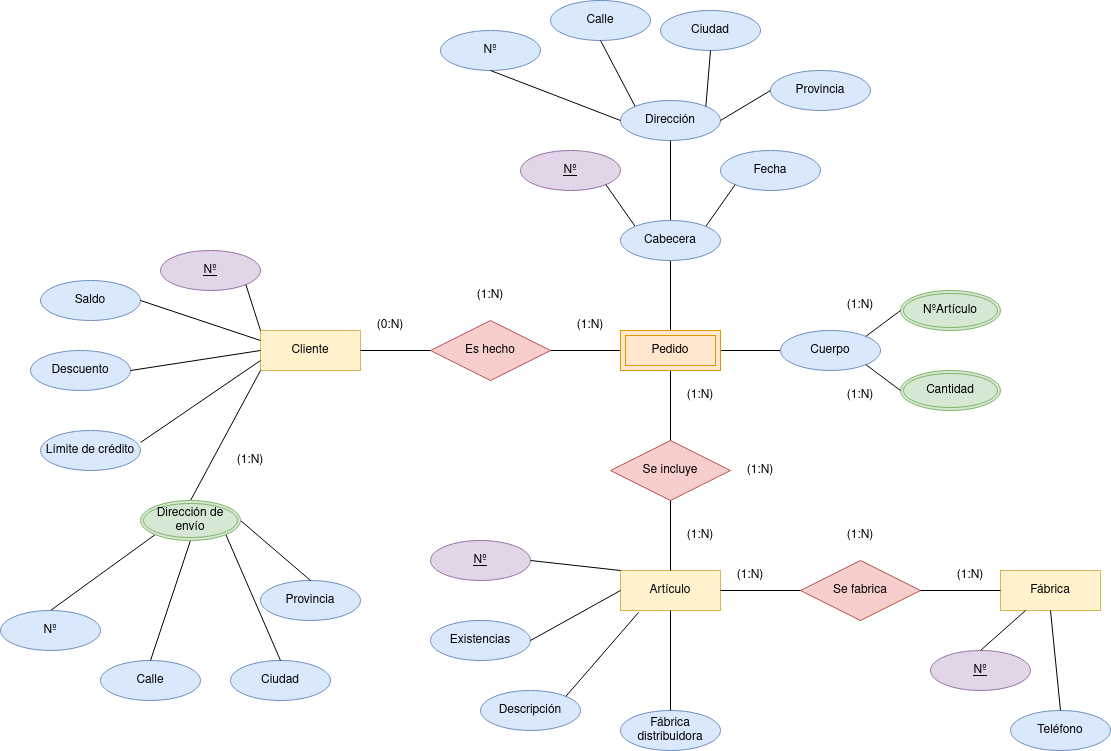
The draw.io diagram IMG/Sistema de artículos - Encargo.drawio.png in samugd17/base-datos-bae-, before a commit. Source tidied: cells renumbered, new cells last; positions are measured from the earlier drawing's top-left corner, leaving out a move shared by most shapes.
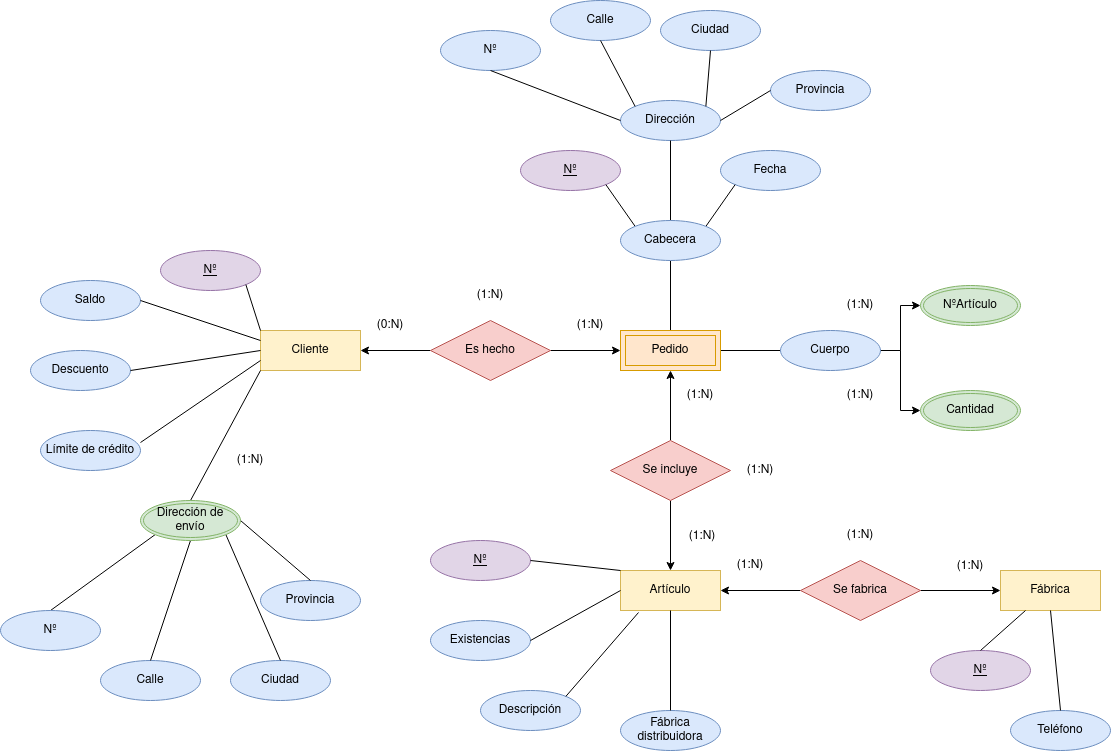
The same file after the commit.

Diff of the diagram source:
```diff
@@ -11,12 +11,30 @@
     <mxCell id="4" value="Fábrica" style="whiteSpace=wrap;html=1;align=center;fillColor=#fff2cc;strokeColor=#d6b656;" parent="1" vertex="1">
       <mxGeometry x="1000" y="570" width="100" height="40" as="geometry" />
     </mxCell>
+    <mxCell id="12" style="edgeStyle=orthogonalEdgeStyle;rounded=0;jettySize=auto;html=1;entryX=0;entryY=0.5;entryDx=0;entryDy=0;" parent="1" edge="1" source="5" target="78">
+      <mxGeometry relative="1" as="geometry" />
+    </mxCell>
+    <mxCell id="79" style="edgeStyle=orthogonalEdgeStyle;rounded=0;jettySize=auto;html=1;entryX=1;entryY=0.5;entryDx=0;entryDy=0;" parent="1" edge="1" source="5" target="2">
+      <mxGeometry relative="1" as="geometry" />
+    </mxCell>
     <mxCell id="5" value="Es hecho" style="shape=rhombus;perimeter=rhombusPerimeter;whiteSpace=wrap;html=1;align=center;fillColor=#f8cecc;strokeColor=#b85450;" parent="1" vertex="1">
       <mxGeometry x="430" y="320" width="120" height="60" as="geometry" />
     </mxCell>
+    <mxCell id="80" style="edgeStyle=orthogonalEdgeStyle;rounded=0;jettySize=auto;html=1;entryX=0.5;entryY=1;entryDx=0;entryDy=0;" parent="1" edge="1" source="6" target="78">
+      <mxGeometry relative="1" as="geometry" />
+    </mxCell>
+    <mxCell id="15" style="edgeStyle=orthogonalEdgeStyle;rounded=0;jettySize=auto;html=1;entryX=0.5;entryY=0;entryDx=0;entryDy=0;" parent="1" edge="1" source="6" target="3">
+      <mxGeometry relative="1" as="geometry" />
+    </mxCell>
     <mxCell id="6" value="Se incluye" style="shape=rhombus;perimeter=rhombusPerimeter;whiteSpace=wrap;html=1;align=center;fillColor=#f8cecc;strokeColor=#b85450;" parent="1" vertex="1">
       <mxGeometry x="610" y="440" width="120" height="60" as="geometry" />
     </mxCell>
+    <mxCell id="18" style="edgeStyle=orthogonalEdgeStyle;rounded=0;jettySize=auto;html=1;entryX=0;entryY=0.5;entryDx=0;entryDy=0;" parent="1" edge="1" source="7" target="4">
+      <mxGeometry relative="1" as="geometry" />
+    </mxCell>
+    <mxCell id="81" style="edgeStyle=orthogonalEdgeStyle;rounded=0;jettySize=auto;html=1;entryX=1;entryY=0.5;entryDx=0;entryDy=0;" parent="1" edge="1" source="7" target="3">
+      <mxGeometry relative="1" as="geometry" />
+    </mxCell>
     <mxCell id="7" value="Se fabrica" style="shape=rhombus;perimeter=rhombusPerimeter;whiteSpace=wrap;html=1;align=center;fillColor=#f8cecc;strokeColor=#b85450;" parent="1" vertex="1">
       <mxGeometry x="800" y="560" width="120" height="60" as="geometry" />
     </mxCell>
@@ -26,35 +44,17 @@
     <mxCell id="9" value="Saldo" style="ellipse;whiteSpace=wrap;html=1;align=center;fillColor=#dae8fc;strokeColor=#6c8ebf;" parent="1" vertex="1">
       <mxGeometry x="40" y="280" width="100" height="40" as="geometry" />
     </mxCell>
-    <mxCell id="10" style="endArrow=none;html=1;rounded=0;exitX=1;exitY=0.5;exitDx=0;exitDy=0;entryX=0;entryY=0.5;entryDx=0;entryDy=0;" parent="1" edge="1" source="2" target="5">
-      <mxGeometry relative="1" as="geometry" />
-    </mxCell>
     <mxCell id="11" value="(1:N)" style="text;html=1;strokeColor=none;fillColor=none;align=center;verticalAlign=middle;whiteSpace=wrap;rounded=0;" parent="1" vertex="1">
       <mxGeometry x="560" y="310" width="60" height="30" as="geometry" />
     </mxCell>
-    <mxCell id="12" style="endArrow=none;html=1;rounded=0;exitX=1;exitY=0.5;exitDx=0;exitDy=0;entryX=0;entryY=0.5;entryDx=0;entryDy=0;" parent="1" edge="1" source="5" target="78">
-      <mxGeometry relative="1" as="geometry" />
-    </mxCell>
     <mxCell id="13" value="(0:N)" style="text;html=1;strokeColor=none;fillColor=none;align=center;verticalAlign=middle;whiteSpace=wrap;rounded=0;" parent="1" vertex="1">
       <mxGeometry x="360" y="310" width="60" height="30" as="geometry" />
     </mxCell>
     <mxCell id="14" value="(1:N)" style="text;html=1;strokeColor=none;fillColor=none;align=center;verticalAlign=middle;whiteSpace=wrap;rounded=0;" parent="1" vertex="1">
       <mxGeometry x="460" y="280" width="60" height="30" as="geometry" />
     </mxCell>
-    <mxCell id="15" style="endArrow=none;html=1;rounded=0;entryX=0.5;entryY=0;entryDx=0;entryDy=0;exitX=0.5;exitY=1;exitDx=0;exitDy=0;" parent="1" edge="1" source="6" target="3">
-      <mxGeometry relative="1" as="geometry" />
-    </mxCell>
-    <mxCell id="16" style="endArrow=none;html=1;rounded=0;entryX=0.5;entryY=0;entryDx=0;entryDy=0;exitX=0.5;exitY=1;exitDx=0;exitDy=0;" parent="1" edge="1" source="78" target="6">
-      <mxGeometry relative="1" as="geometry" />
-    </mxCell>
-    <mxCell id="17" style="endArrow=none;html=1;rounded=0;exitX=1;exitY=0.5;exitDx=0;exitDy=0;entryX=0;entryY=0.5;entryDx=0;entryDy=0;" parent="1" edge="1" source="3" target="7">
-      <mxGeometry relative="1" as="geometry" />
-    </mxCell>
-    <mxCell id="18" style="endArrow=none;html=1;rounded=0;entryX=0;entryY=0.5;entryDx=0;entryDy=0;exitX=1;exitY=0.5;exitDx=0;exitDy=0;" parent="1" edge="1" source="7" target="4">
-      <mxGeometry relative="1" as="geometry" />
-    </mxCell>
     <mxCell id="19" value="(1:N)" style="text;html=1;strokeColor=none;fillColor=none;align=center;verticalAlign=middle;whiteSpace=wrap;rounded=0;" parent="1" vertex="1">
-      <mxGeometry x="670" y="520" width="60" height="30" as="geometry" />
+      <mxGeometry x="672" y="521" width="60" height="30" as="geometry" />
     </mxCell>
     <mxCell id="20" value="(1:N)" style="text;html=1;strokeColor=none;fillColor=none;align=center;verticalAlign=middle;whiteSpace=wrap;rounded=0;" parent="1" vertex="1">
       <mxGeometry x="670" y="380" width="60" height="30" as="geometry" />
@@ -63,10 +63,10 @@
       <mxGeometry x="730" y="455" width="60" height="30" as="geometry" />
     </mxCell>
     <mxCell id="22" value="(1:N)" style="text;html=1;strokeColor=none;fillColor=none;align=center;verticalAlign=middle;whiteSpace=wrap;rounded=0;" parent="1" vertex="1">
-      <mxGeometry x="940" y="560" width="60" height="30" as="geometry" />
+      <mxGeometry x="940" y="551" width="60" height="30" as="geometry" />
     </mxCell>
     <mxCell id="23" value="(1:N)" style="text;html=1;strokeColor=none;fillColor=none;align=center;verticalAlign=middle;whiteSpace=wrap;rounded=0;" parent="1" vertex="1">
-      <mxGeometry x="720" y="560" width="60" height="30" as="geometry" />
+      <mxGeometry x="720" y="550" width="60" height="30" as="geometry" />
     </mxCell>
     <mxCell id="24" value="(1:N)" style="text;html=1;strokeColor=none;fillColor=none;align=center;verticalAlign=middle;whiteSpace=wrap;rounded=0;" parent="1" vertex="1">
       <mxGeometry x="830" y="520" width="60" height="30" as="geometry" />
@@ -206,6 +206,12 @@
     <mxCell id="69" style="endArrow=none;html=1;rounded=0;exitX=0.5;exitY=1;exitDx=0;exitDy=0;entryX=0;entryY=0.5;entryDx=0;entryDy=0;" parent="1" edge="1" source="65" target="56">
       <mxGeometry relative="1" as="geometry" />
     </mxCell>
+    <mxCell id="82" style="edgeStyle=orthogonalEdgeStyle;rounded=0;jettySize=auto;html=1;entryX=0;entryY=0.5;entryDx=0;entryDy=0;" parent="1" edge="1" source="70" target="73">
+      <mxGeometry relative="1" as="geometry" />
+    </mxCell>
+    <mxCell id="83" style="edgeStyle=orthogonalEdgeStyle;rounded=0;jettySize=auto;html=1;entryX=0;entryY=0.5;entryDx=0;entryDy=0;" parent="1" edge="1" source="70" target="72">
+      <mxGeometry relative="1" as="geometry" />
+    </mxCell>
     <mxCell id="70" value="Cuerpo" style="ellipse;whiteSpace=wrap;html=1;align=center;fillColor=#dae8fc;strokeColor=#6c8ebf;" parent="1" vertex="1">
       <mxGeometry x="780" y="330" width="100" height="40" as="geometry" />
     </mxCell>
@@ -213,17 +219,11 @@
       <mxGeometry x="620" y="220" width="100" height="40" as="geometry" />
     </mxCell>
     <mxCell id="72" value="NºArtículo" style="ellipse;shape=doubleEllipse;margin=3;whiteSpace=wrap;html=1;align=center;fillColor=#d5e8d4;strokeColor=#82b366;" parent="1" vertex="1">
-      <mxGeometry x="900" y="290" width="100" height="40" as="geometry" />
+      <mxGeometry x="920" y="285" width="100" height="40" as="geometry" />
     </mxCell>
     <mxCell id="73" value="Cantidad" style="ellipse;shape=doubleEllipse;margin=3;whiteSpace=wrap;html=1;align=center;fillColor=#d5e8d4;strokeColor=#82b366;" parent="1" vertex="1">
-      <mxGeometry x="900" y="370" width="100" height="40" as="geometry" />
+      <mxGeometry x="920" y="390" width="100" height="40" as="geometry" />
     </mxCell>
-    <mxCell id="74" style="endArrow=none;html=1;rounded=0;exitX=0;exitY=0.5;exitDx=0;exitDy=0;entryX=1;entryY=1;entryDx=0;entryDy=0;" parent="1" edge="1" source="73" target="70">
-      <mxGeometry relative="1" as="geometry" />
-    </mxCell>
-    <mxCell id="75" style="endArrow=none;html=1;rounded=0;exitX=0;exitY=0.5;exitDx=0;exitDy=0;entryX=1;entryY=0;entryDx=0;entryDy=0;" parent="1" edge="1" source="72" target="70">
-      <mxGeometry relative="1" as="geometry" />
-    </mxCell>
     <mxCell id="76" value="(1:N)" style="text;html=1;strokeColor=none;fillColor=none;align=center;verticalAlign=middle;whiteSpace=wrap;rounded=0;" parent="1" vertex="1">
       <mxGeometry x="830" y="290" width="60" height="30" as="geometry" />
     </mxCell>
```
